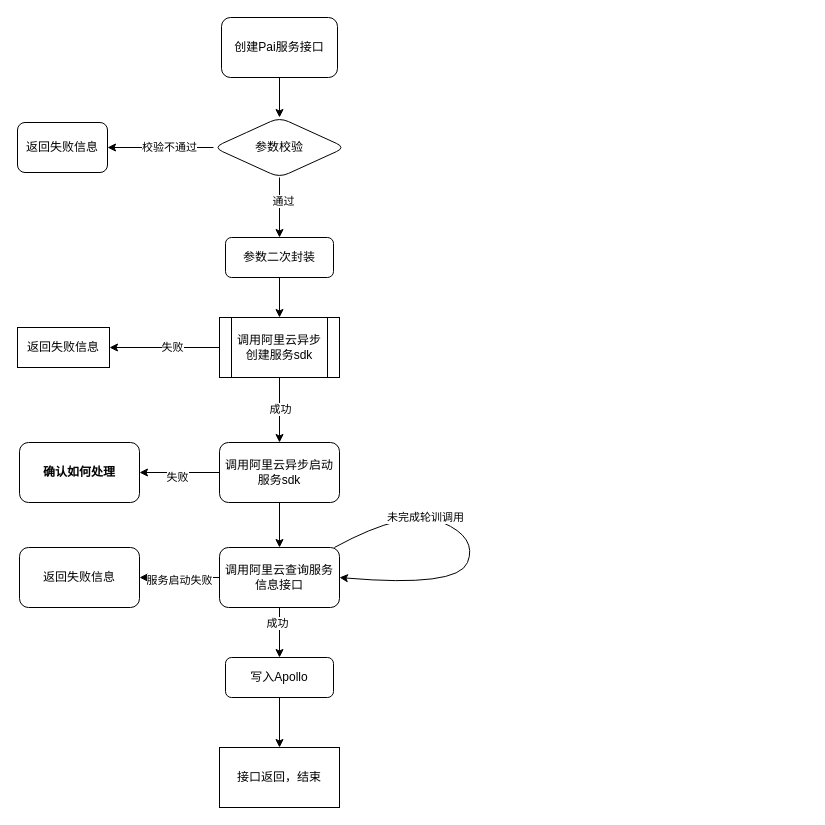
Above: pai创建流程图.drawio in 1418956397/JavaWeb-Project-Source-Share (draw.io), before the change. Source tidied: cells renumbered, new cells numbered last; positions are measured from the earlier drawing's top-left corner, leaving out a move shared by most shapes. Both pictures are drawn from the tidied source at 100%, with x=0, y=0 at pixel (17, 17).
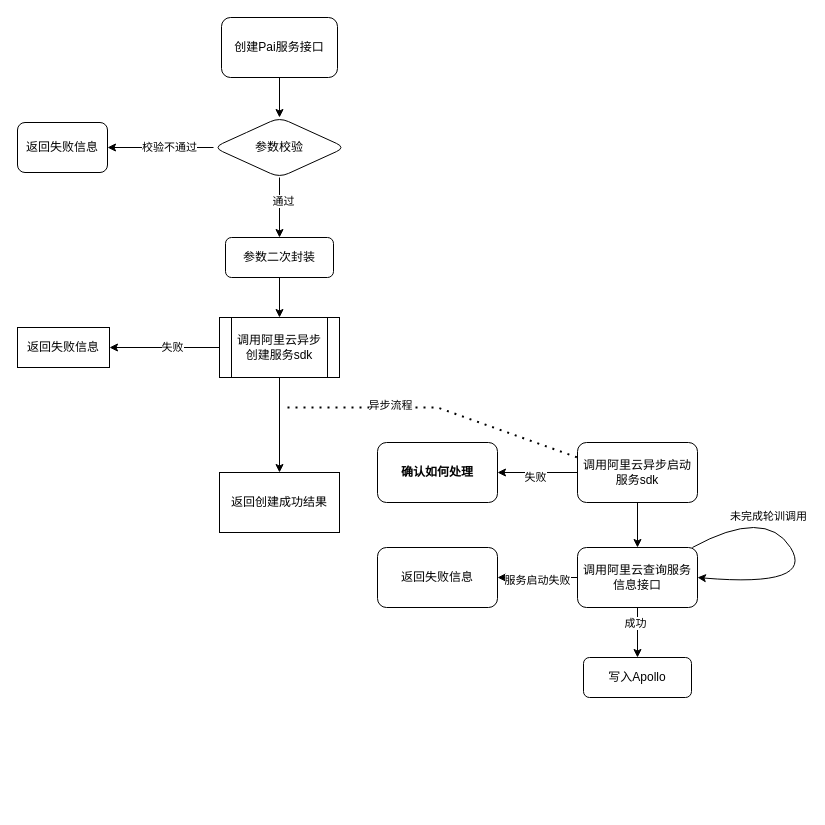
The same page after the edit.

Commit message (it also covers changes not shown here):
pai创建流程图.drawio

Unchanged cells that the change refers to:
```xml
<mxCell id="16" value="调用阿里云异步创建服务sdk" style="shape=process;whiteSpace=wrap;html=1;backgroundOutline=1;" parent="1" vertex="1">
  <mxGeometry x="202" y="300" width="120" height="60" as="geometry" />
</mxCell>
```

What changed in the source:
```diff
@@
-    <mxCell id="14" style="edgeStyle=orthogonalEdgeStyle;rounded=0;jettySize=auto;html=1;" parent="1" edge="1" source="16" target="21">
-      <mxGeometry relative="1" as="geometry" />
-    </mxCell>
-    <mxCell id="15" value="成功" style="edgeLabel;html=1;align=center;verticalAlign=middle;" parent="14" vertex="1">
-      <mxGeometry x="0.25" relative="1" as="geometry">
-        <mxPoint y="-10" as="offset" />
-      </mxGeometry>
-    </mxCell>
+    <mxCell id="34" style="edgeStyle=orthogonalEdgeStyle;rounded=0;jettySize=auto;html=1;" parent="1" edge="1" source="16" target="35">
+      <mxGeometry relative="1" as="geometry" />
+    </mxCell>
@@
     <mxCell id="21" value="调用阿里云异步启动服务sdk" style="rounded=1;whiteSpace=wrap;html=1;" parent="1" vertex="1">
-      <mxGeometry x="202" y="425" width="120" height="60" as="geometry" />
+      <mxGeometry x="560" y="425" width="120" height="60" as="geometry" />
     </mxCell>
     <mxCell id="22" value="&lt;b&gt;确认如何处理&lt;/b&gt;" style="whiteSpace=wrap;html=1;rounded=1;" parent="1" vertex="1">
-      <mxGeometry x="2" y="425" width="120" height="60" as="geometry" />
+      <mxGeometry x="360" y="425" width="120" height="60" as="geometry" />
     </mxCell>
@@
     <mxCell id="27" value="调用阿里云查询服务信息接口" style="whiteSpace=wrap;html=1;rounded=1;" parent="1" vertex="1">
-      <mxGeometry x="202" y="530" width="120" height="60" as="geometry" />
+      <mxGeometry x="560" y="530" width="120" height="60" as="geometry" />
     </mxCell>
     <mxCell id="28" value="返回失败信息" style="whiteSpace=wrap;html=1;rounded=1;" parent="1" vertex="1">
-      <mxGeometry x="2" y="530" width="120" height="60" as="geometry" />
+      <mxGeometry x="360" y="530" width="120" height="60" as="geometry" />
     </mxCell>
     <mxCell id="29" style="curved=1;endArrow=classic;html=1;rounded=0;entryX=1;entryY=0.5;entryDx=0;entryDy=0;" parent="1" edge="1" source="27" target="27">
       <mxGeometry relative="1" as="geometry">
         <Array as="points">
-          <mxPoint x="390" y="490" />
-          <mxPoint x="460" y="520" />
-          <mxPoint x="440" y="570" />
+          <mxPoint x="748" y="490" />
+          <mxPoint x="798" y="570" />
         </Array>
       </mxGeometry>
     </mxCell>
@@
-    <mxCell id="31" style="edgeStyle=orthogonalEdgeStyle;rounded=0;jettySize=auto;html=1;" parent="1" edge="1" source="32" target="33">
-      <mxGeometry relative="1" as="geometry" />
-    </mxCell>
     <mxCell id="32" value="写入Apollo" style="whiteSpace=wrap;html=1;rounded=1;" parent="1" vertex="1">
-      <mxGeometry x="208" y="640" width="108" height="40" as="geometry" />
+      <mxGeometry x="566" y="640" width="108" height="40" as="geometry" />
     </mxCell>
-    <mxCell id="33" value="接口返回，结束" style="rounded=0;whiteSpace=wrap;html=1;" parent="1" vertex="1">
-      <mxGeometry x="202" y="730" width="120" height="60" as="geometry" />
-    </mxCell>
+    <mxCell id="35" value="返回创建成功结果" style="rounded=0;whiteSpace=wrap;html=1;" parent="1" vertex="1">
+      <mxGeometry x="202" y="455" width="120" height="60" as="geometry" />
+    </mxCell>
+    <mxCell id="36" style="endArrow=none;dashed=1;html=1;dashPattern=1 3;strokeWidth=2;rounded=0;entryX=0;entryY=0.25;entryDx=0;entryDy=0;" parent="1" edge="1" target="21">
+      <mxGeometry relative="1" as="geometry">
+        <mxPoint x="270" y="390" as="sourcePoint" />
+        <Array as="points">
+          <mxPoint x="420" y="390" />
+        </Array>
+      </mxGeometry>
+    </mxCell>
+    <mxCell id="37" value="异步流程" style="edgeLabel;html=1;align=center;verticalAlign=middle;" parent="36" vertex="1">
+      <mxGeometry x="-0.32" y="3" relative="1" as="geometry" />
+    </mxCell>
```
